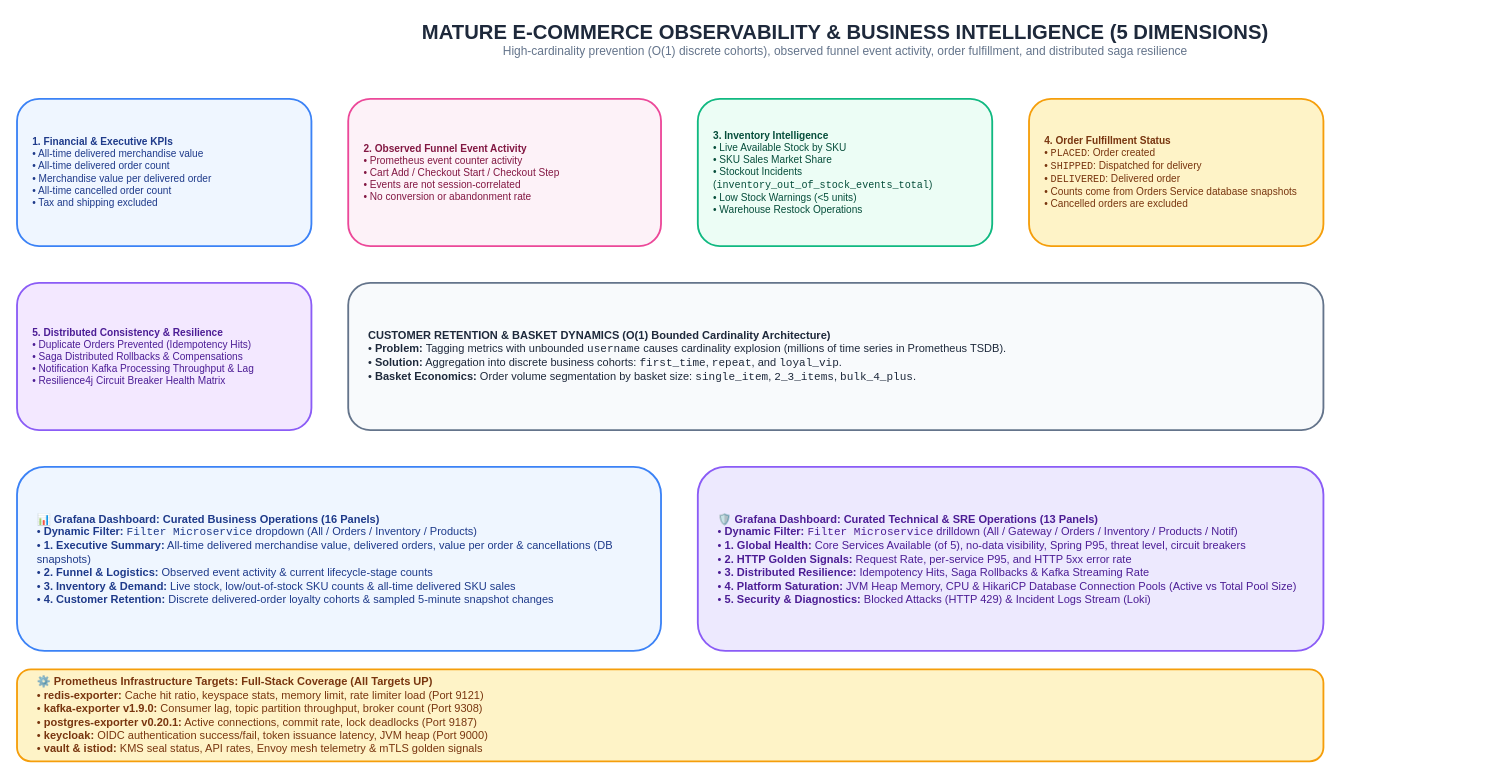
GeorgeGxx/microservices-architecture keeps this draw.io diagram as page "8. Mature E-Commerce Observability Architecture" (8 of 13) of docs/Diagrams.drawio. Above is the earlier version. Source tidied: cells renumbered, new cells numbered last; positions are measured from the earlier drawing's top-left corner, leaving out a move shared by most shapes. Both pictures are drawn from the tidied source at 92%, with x=0, y=0 at pixel (17, 16).
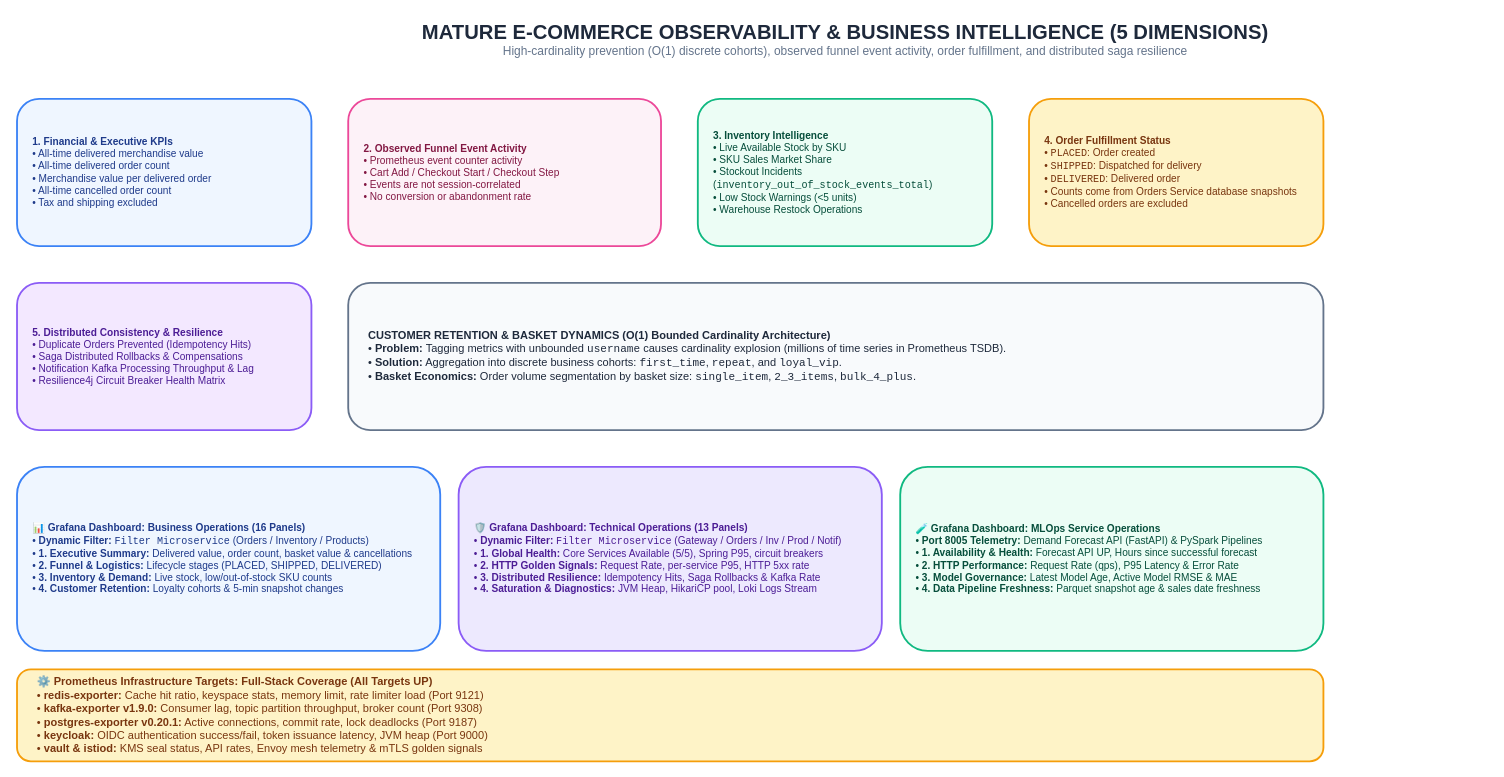
After the change.

Commit message (it also covers changes not shown here):
docs(sync): update diagrams.drawio and observability docs with MLOps endpoints and telemetry

Change to the diagram source:
```diff
@@
 <mxGraphModel>
   <root>
     <mxCell id="0" />
     <mxCell id="1" parent="0" />
     <mxCell id="2" value="&lt;b style='font-size:22px;color:#1E293B;'&gt;MATURE E-COMMERCE OBSERVABILITY &amp; BUSINESS INTELLIGENCE (5 DIMENSIONS)&lt;/b&gt;&lt;br&gt;&lt;span style='font-size:13px;color:#64748B;'&gt;High-cardinality prevention (O(1) discrete cohorts), observed funnel event activity, order fulfillment, and distributed saga resilience&lt;/span&gt;" style="text;html=1;align=center;verticalAlign=middle;rounded=0;" parent="1" vertex="1">
       <mxGeometry x="200" width="1400" height="50" as="geometry" />
     </mxCell>
     <mxCell id="3" value="&lt;b&gt;1. Financial &amp; Executive KPIs&lt;/b&gt;&lt;br&gt;• All-time delivered merchandise value&lt;br&gt;• All-time delivered order count&lt;br&gt;• Merchandise value per delivered order&lt;br&gt;• All-time cancelled order count&lt;br&gt;• Tax and shipping excluded" style="rounded=1;whiteSpace=wrap;html=1;fillColor=#EFF6FF;strokeColor=#3B82F6;strokeWidth=2;fontColor=#1E3A8A;fontSize=11;align=left;spacingLeft=15;" parent="1" vertex="1">
       <mxGeometry y="90" width="320" height="160" as="geometry" />
     </mxCell>
     <mxCell id="4" value="&lt;b&gt;2. Observed Funnel Event Activity&lt;/b&gt;&lt;br&gt;• Prometheus event counter activity&lt;br&gt;• Cart Add / Checkout Start / Checkout Step&lt;br&gt;• Events are not session-correlated&lt;br&gt;• No conversion or abandonment rate" style="rounded=1;whiteSpace=wrap;html=1;fillColor=#FDF2F8;strokeColor=#EC4899;strokeWidth=2;fontColor=#831843;fontSize=11;align=left;spacingLeft=15;" parent="1" vertex="1">
       <mxGeometry x="360" y="90" width="340" height="160" as="geometry" />
     </mxCell>
     <mxCell id="5" value="&lt;b&gt;3. Inventory Intelligence&lt;/b&gt;&lt;br&gt;• Live Available Stock by SKU&lt;br&gt;• SKU Sales Market Share&lt;br&gt;• Stockout Incidents (&lt;code&gt;inventory_out_of_stock_events_total&lt;/code&gt;)&lt;br&gt;• Low Stock Warnings (&amp;lt;5 units)&lt;br&gt;• Warehouse Restock Operations" style="rounded=1;whiteSpace=wrap;html=1;fillColor=#ECFDF5;strokeColor=#10B981;strokeWidth=2;fontColor=#064E3B;fontSize=11;align=left;spacingLeft=15;" parent="1" vertex="1">
       <mxGeometry x="740" y="90" width="320" height="160" as="geometry" />
     </mxCell>
     <mxCell id="6" value="&lt;b&gt;4. Order Fulfillment Status&lt;/b&gt;&lt;br&gt;• &lt;code&gt;PLACED&lt;/code&gt;: Order created&lt;br&gt;• &lt;code&gt;SHIPPED&lt;/code&gt;: Dispatched for delivery&lt;br&gt;• &lt;code&gt;DELIVERED&lt;/code&gt;: Delivered order&lt;br&gt;• Counts come from Orders Service database snapshots&lt;br&gt;• Cancelled orders are excluded" style="rounded=1;whiteSpace=wrap;html=1;fillColor=#FEF3C7;strokeColor=#F59E0B;strokeWidth=2;fontColor=#78350F;fontSize=11;align=left;spacingLeft=15;" parent="1" vertex="1">
       <mxGeometry x="1100" y="90" width="320" height="160" as="geometry" />
     </mxCell>
     <mxCell id="7" value="&lt;b&gt;5. Distributed Consistency &amp; Resilience&lt;/b&gt;&lt;br&gt;• Duplicate Orders Prevented (Idempotency Hits)&lt;br&gt;• Saga Distributed Rollbacks &amp; Compensations&lt;br&gt;• Notification Kafka Processing Throughput &amp; Lag&lt;br&gt;• Resilience4j Circuit Breaker Health Matrix" style="rounded=1;whiteSpace=wrap;html=1;fillColor=#F3E8FF;strokeColor=#8B5CF6;strokeWidth=2;fontColor=#4C1D95;fontSize=11;align=left;spacingLeft=15;" parent="1" vertex="1">
       <mxGeometry y="290" width="320" height="160" as="geometry" />
     </mxCell>
     <mxCell id="8" value="&lt;b&gt;CUSTOMER RETENTION &amp; BASKET DYNAMICS (O(1) Bounded Cardinality Architecture)&lt;/b&gt;&lt;br&gt;• &lt;b&gt;Problem:&lt;/b&gt; Tagging metrics with unbounded &lt;code&gt;username&lt;/code&gt; causes cardinality explosion (millions of time series in Prometheus TSDB).&lt;br&gt;• &lt;b&gt;Solution:&lt;/b&gt; Aggregation into discrete business cohorts: &lt;code&gt;first_time&lt;/code&gt;, &lt;code&gt;repeat&lt;/code&gt;, and &lt;code&gt;loyal_vip&lt;/code&gt;.&lt;br&gt;• &lt;b&gt;Basket Economics:&lt;/b&gt; Order volume segmentation by basket size: &lt;code&gt;single_item&lt;/code&gt;, &lt;code&gt;2_3_items&lt;/code&gt;, &lt;code&gt;bulk_4_plus&lt;/code&gt;." style="rounded=1;whiteSpace=wrap;html=1;fillColor=#F8FAFC;strokeColor=#64748B;strokeWidth=2;fontColor=#1E293B;fontSize=12;align=left;spacingLeft=20;" parent="1" vertex="1">
       <mxGeometry x="360" y="290" width="1060" height="160" as="geometry" />
     </mxCell>
-    <mxCell id="9" value="&lt;b&gt;📊 Grafana Dashboard: Curated Business Operations (16 Panels)&lt;/b&gt;&lt;br&gt;• &lt;b&gt;Dynamic Filter:&lt;/b&gt; &lt;code&gt;Filter Microservice&lt;/code&gt; dropdown (All / Orders / Inventory / Products)&lt;br&gt;• &lt;b&gt;1. Executive Summary:&lt;/b&gt; All-time delivered merchandise value, delivered orders, value per order &amp; cancellations (DB snapshots)&lt;br&gt;• &lt;b&gt;2. Funnel &amp; Logistics:&lt;/b&gt; Observed event activity &amp; current lifecycle-stage counts&lt;br&gt;• &lt;b&gt;3. Inventory &amp; Demand:&lt;/b&gt; Live stock, low/out-of-stock SKU counts &amp; all-time delivered SKU sales&lt;br&gt;• &lt;b&gt;4. Customer Retention:&lt;/b&gt; Discrete delivered-order loyalty cohorts &amp; sampled 5-minute snapshot changes" style="rounded=1;whiteSpace=wrap;html=1;fillColor=#EFF6FF;strokeColor=#3B82F6;strokeWidth=2;fontColor=#1E3A8A;fontSize=12;align=left;spacingLeft=20;" parent="1" vertex="1">
-      <mxGeometry y="490" width="700" height="200" as="geometry" />
+    <mxCell id="9" value="&lt;b&gt;📊 Grafana Dashboard: Business Operations (16 Panels)&lt;/b&gt;&lt;br&gt;• &lt;b&gt;Dynamic Filter:&lt;/b&gt; &lt;code&gt;Filter Microservice&lt;/code&gt; (Orders / Inventory / Products)&lt;br&gt;• &lt;b&gt;1. Executive Summary:&lt;/b&gt; Delivered value, order count, basket value &amp; cancellations&lt;br&gt;• &lt;b&gt;2. Funnel &amp; Logistics:&lt;/b&gt; Lifecycle stages (PLACED, SHIPPED, DELIVERED)&lt;br&gt;• &lt;b&gt;3. Inventory &amp; Demand:&lt;/b&gt; Live stock, low/out-of-stock SKU counts&lt;br&gt;• &lt;b&gt;4. Customer Retention:&lt;/b&gt; Loyalty cohorts &amp; 5-min snapshot changes" style="rounded=1;whiteSpace=wrap;html=1;fillColor=#EFF6FF;strokeColor=#3B82F6;strokeWidth=2;fontColor=#1E3A8A;fontSize=11;align=left;spacingLeft=15;" parent="1" vertex="1">
+      <mxGeometry y="490" width="460" height="200" as="geometry" />
     </mxCell>
-    <mxCell id="10" value="&lt;b&gt;🛡️ Grafana Dashboard: Curated Technical &amp; SRE Operations (13 Panels)&lt;/b&gt;&lt;br&gt;• &lt;b&gt;Dynamic Filter:&lt;/b&gt; &lt;code&gt;Filter Microservice&lt;/code&gt; drilldown (All / Gateway / Orders / Inventory / Products / Notif)&lt;br&gt;• &lt;b&gt;1. Global Health:&lt;/b&gt; Core Services Available (of 5), no-data visibility, Spring P95, threat level, circuit breakers&lt;br&gt;• &lt;b&gt;2. HTTP Golden Signals:&lt;/b&gt; Request Rate, per-service P95, and HTTP 5xx error rate&lt;br&gt;• &lt;b&gt;3. Distributed Resilience:&lt;/b&gt; Idempotency Hits, Saga Rollbacks &amp; Kafka Streaming Rate&lt;br&gt;• &lt;b&gt;4. Platform Saturation:&lt;/b&gt; JVM Heap Memory, CPU &amp; HikariCP Database Connection Pools (Active vs Total Pool Size)&lt;br&gt;• &lt;b&gt;5. Security &amp; Diagnostics:&lt;/b&gt; Blocked Attacks (HTTP 429) &amp; Incident Logs Stream (Loki)" style="rounded=1;whiteSpace=wrap;html=1;fillColor=#EDE9FE;strokeColor=#8B5CF6;strokeWidth=2;fontColor=#4C1D95;fontSize=12;align=left;spacingLeft=20;" parent="1" vertex="1">
-      <mxGeometry x="740" y="490" width="680" height="200" as="geometry" />
+    <mxCell id="10" value="&lt;b&gt;🛡️ Grafana Dashboard: Technical Operations (13 Panels)&lt;/b&gt;&lt;br&gt;• &lt;b&gt;Dynamic Filter:&lt;/b&gt; &lt;code&gt;Filter Microservice&lt;/code&gt; (Gateway / Orders / Inv / Prod / Notif)&lt;br&gt;• &lt;b&gt;1. Global Health:&lt;/b&gt; Core Services Available (5/5), Spring P95, circuit breakers&lt;br&gt;• &lt;b&gt;2. HTTP Golden Signals:&lt;/b&gt; Request Rate, per-service P95, HTTP 5xx rate&lt;br&gt;• &lt;b&gt;3. Distributed Resilience:&lt;/b&gt; Idempotency Hits, Saga Rollbacks &amp; Kafka Rate&lt;br&gt;• &lt;b&gt;4. Saturation &amp; Diagnostics:&lt;/b&gt; JVM Heap, HikariCP pool, Loki Logs Stream" style="rounded=1;whiteSpace=wrap;html=1;fillColor=#EDE9FE;strokeColor=#8B5CF6;strokeWidth=2;fontColor=#4C1D95;fontSize=11;align=left;spacingLeft=15;" parent="1" vertex="1">
+      <mxGeometry x="480" y="490" width="460" height="200" as="geometry" />
     </mxCell>
+    <mxCell id="12" value="&lt;b&gt;🧪 Grafana Dashboard: MLOps Service Operations&lt;/b&gt;&lt;br&gt;• &lt;b&gt;Port 8005 Telemetry:&lt;/b&gt; Demand Forecast API (FastAPI) &amp; PySpark Pipelines&lt;br&gt;• &lt;b&gt;1. Availability &amp; Health:&lt;/b&gt; Forecast API UP, Hours since successful forecast&lt;br&gt;• &lt;b&gt;2. HTTP Performance:&lt;/b&gt; Request Rate (qps), P95 Latency &amp; Error Rate&lt;br&gt;• &lt;b&gt;3. Model Governance:&lt;/b&gt; Latest Model Age, Active Model RMSE &amp; MAE&lt;br&gt;• &lt;b&gt;4. Data Pipeline Freshness:&lt;/b&gt; Parquet snapshot age &amp; sales date freshness" style="rounded=1;whiteSpace=wrap;html=1;fillColor=#ECFDF5;strokeColor=#10B981;strokeWidth=2;fontColor=#064E3B;fontSize=11;align=left;spacingLeft=15;" parent="1" vertex="1">
+      <mxGeometry x="960" y="490" width="460" height="200" as="geometry" />
+    </mxCell>
     <mxCell id="11" value="&lt;b&gt;⚙️ Prometheus Infrastructure Targets: Full-Stack Coverage (All Targets UP)&lt;/b&gt;&lt;br&gt;• &lt;b&gt;redis-exporter:&lt;/b&gt; Cache hit ratio, keyspace stats, memory limit, rate limiter load (Port 9121)&lt;br&gt;• &lt;b&gt;kafka-exporter v1.9.0:&lt;/b&gt; Consumer lag, topic partition throughput, broker count (Port 9308)&lt;br&gt;• &lt;b&gt;postgres-exporter v0.20.1:&lt;/b&gt; Active connections, commit rate, lock deadlocks (Port 9187)&lt;br&gt;• &lt;b&gt;keycloak:&lt;/b&gt; OIDC authentication success/fail, token issuance latency, JVM heap (Port 9000)&lt;br&gt;• &lt;b&gt;vault &amp; istiod:&lt;/b&gt; KMS seal status, API rates, Envoy mesh telemetry &amp; mTLS golden signals" style="rounded=1;whiteSpace=wrap;html=1;fillColor=#FEF3C7;strokeColor=#F59E0B;strokeWidth=2;fontColor=#78350F;fontSize=12;align=left;spacingLeft=20;" parent="1" vertex="1">
       <mxGeometry y="710" width="1420" height="100" as="geometry" />
     </mxCell>
   </root>
 </mxGraphModel>
```
